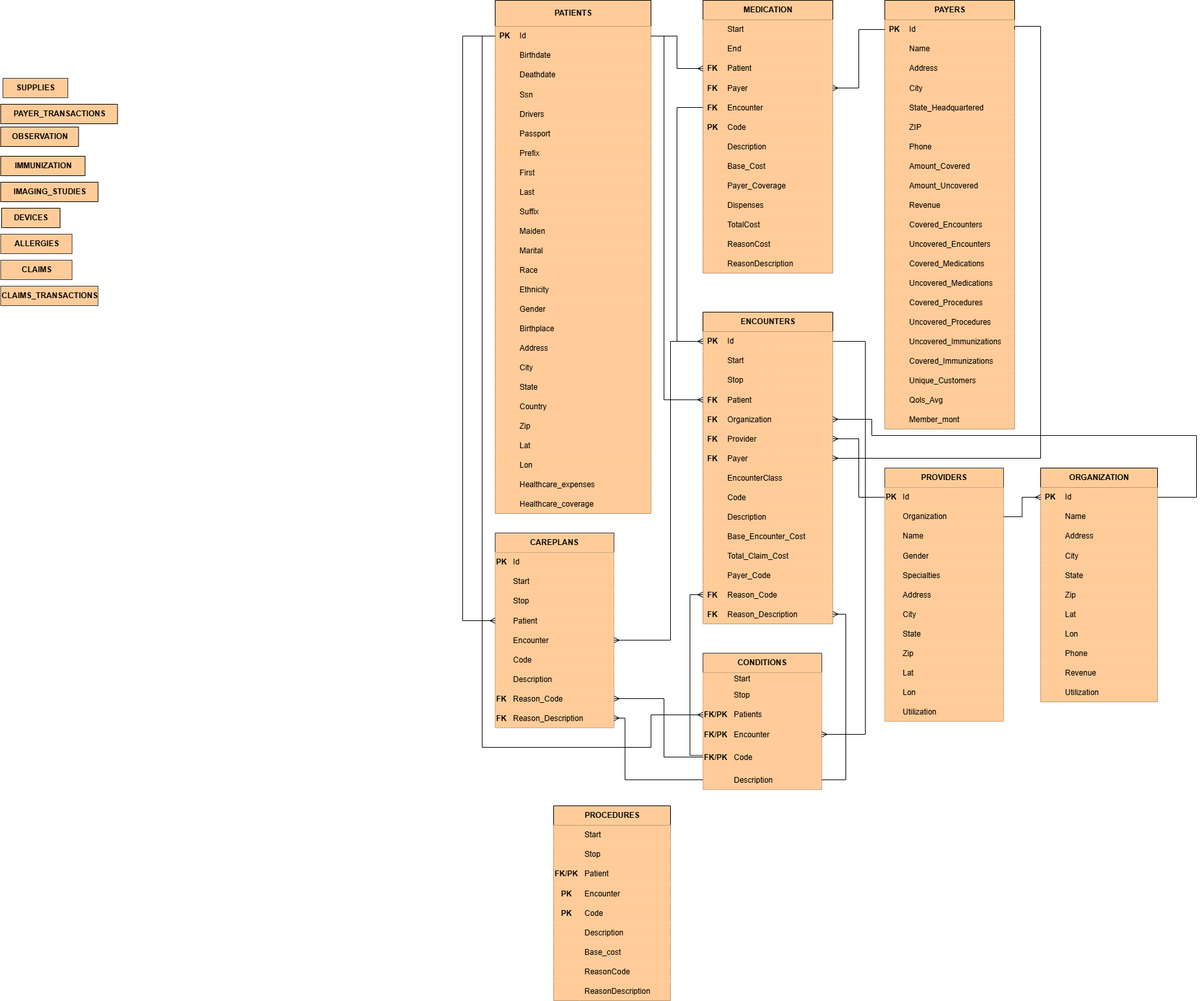
UtsuroNoArashi/BigDataProject keeps this draw.io diagram as BigDataProject.drawio.png. Above is the earlier version. Source tidied: cells renumbered, new cells last; positions are measured from the earlier drawing's top-left corner, leaving out a move shared by most shapes.
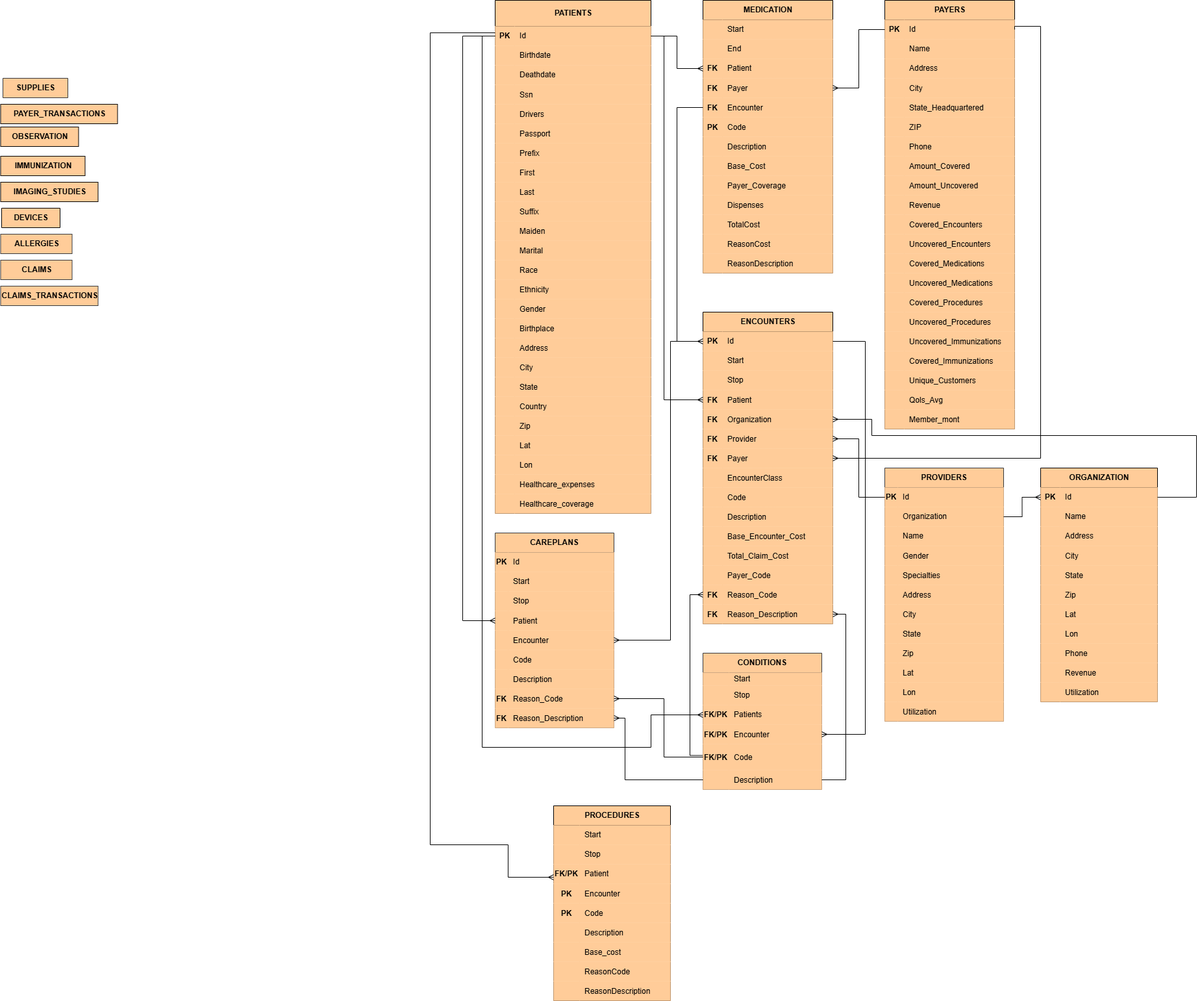
Above is the later version.

What changed in the source:
```diff
@@ -1253,5 +1253,15 @@
         </Array>
       </mxGeometry>
     </mxCell>
+    <mxCell id="399" style="edgeStyle=orthogonalEdgeStyle;rounded=0;jettySize=auto;html=1;endArrow=ERmany;endFill=0;" parent="1" edge="1" source="164" target="48">
+      <mxGeometry relative="1" as="geometry">
+        <Array as="points">
+          <mxPoint x="662" y="50" />
+          <mxPoint x="662" y="1300" />
+          <mxPoint x="782" y="1300" />
+          <mxPoint x="782" y="1350" />
+        </Array>
+      </mxGeometry>
+    </mxCell>
   </root>
 </mxGraphModel>
```
